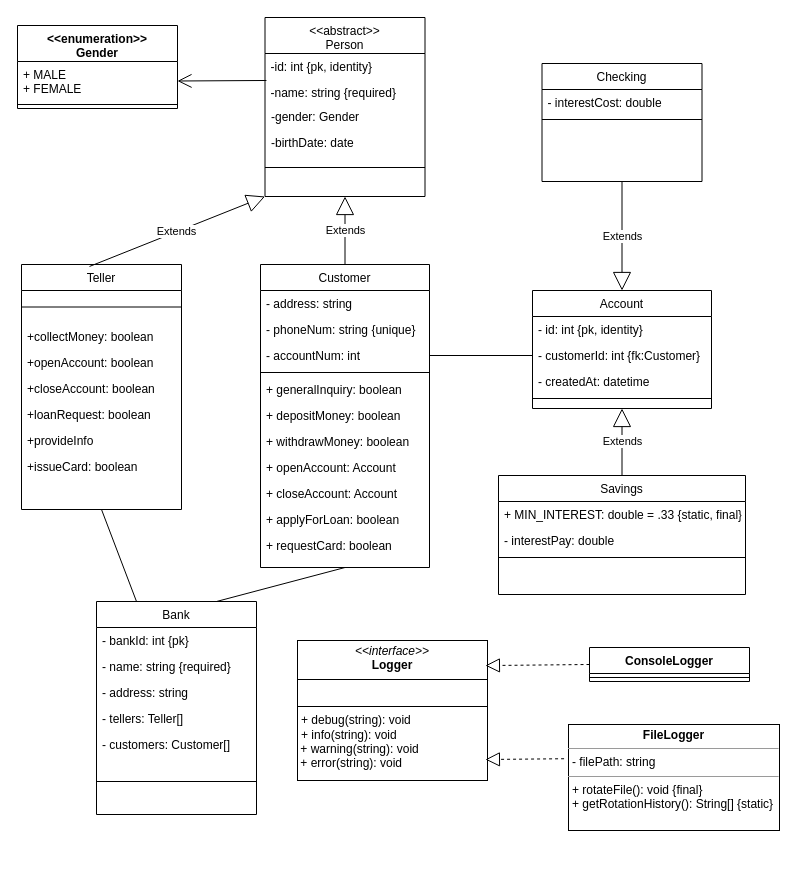
The draw.io diagram examples/simple_class_diagram.drawio in michelmbem/DrawioCodeGenerator, before the edit. Source tidied: cells renumbered, new cells numbered last; positions are measured from the earlier drawing's top-left corner, leaving out a move shared by most shapes. Both pictures are drawn from the tidied source at 100%, with x=0, y=0 at pixel (17, 17).
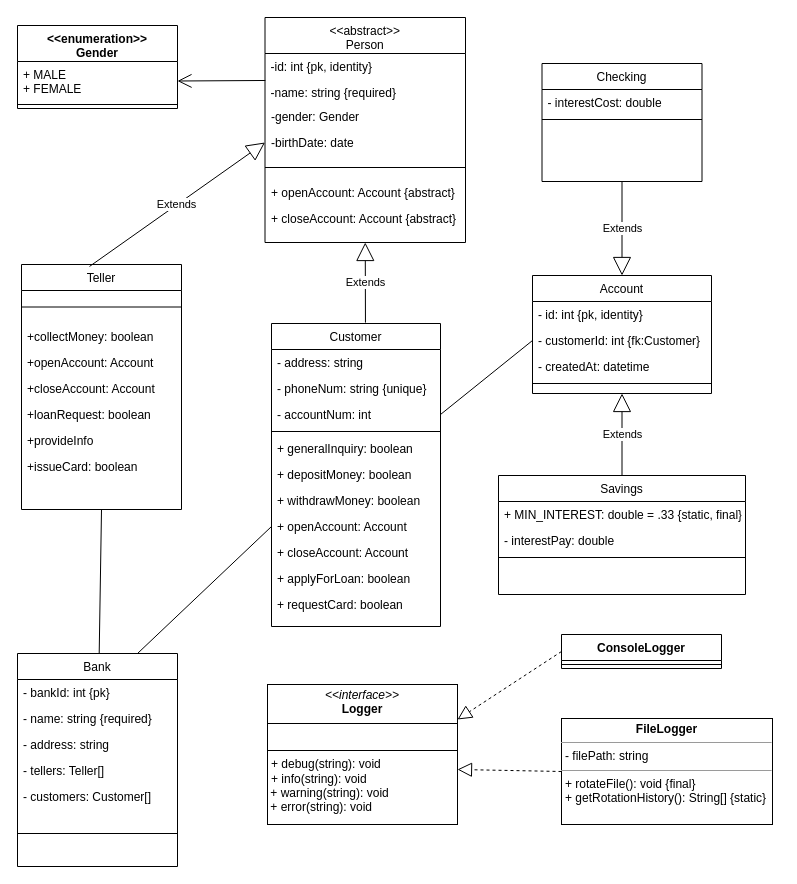
After the change.

Commit message (it also covers changes not shown here):
Started to handle the case of abstract methods

The change refers to these unchanged cells:
```xml
<mxCell id="2" value="Teller" style="swimlane;fontStyle=0;align=center;verticalAlign=top;horizontal=1;startSize=26;rounded=0;shadow=0;strokeWidth=1;" parent="1" vertex="1">
  <mxGeometry x="4" y="247" width="160" height="245" as="geometry" />
</mxCell>
<mxCell id="29" value="+ openAccount: Account" style="text;align=left;verticalAlign=top;spacingLeft=4;spacingRight=4;overflow=hidden;points=[[0,0.5],[1,0.5]];portConstraint=eastwest;" parent="21" vertex="1">
  <mxGeometry y="190" width="169" height="26" as="geometry" />
</mxCell>
<mxCell id="55" value="+ MALE&lt;div&gt;+ FEMALE&lt;/div&gt;" style="text;strokeColor=none;fillColor=none;align=left;verticalAlign=top;spacingLeft=4;spacingRight=4;overflow=hidden;points=[[0,0.5],[1,0.5]];portConstraint=eastwest;whiteSpace=wrap;html=1;" parent="54" vertex="1">
  <mxGeometry y="36" width="160" height="39" as="geometry" />
</mxCell>
```

What changed in the source:
```diff
@@
-    <mxCell id="5" value="+openAccount: boolean" style="text;align=left;verticalAlign=top;spacingLeft=4;spacingRight=4;overflow=hidden;" parent="2" vertex="1">
+    <mxCell id="5" value="+openAccount: Account" style="text;align=left;verticalAlign=top;spacingLeft=4;spacingRight=4;overflow=hidden;" parent="2" vertex="1">
       <mxGeometry y="85" width="160" height="26" as="geometry" />
     </mxCell>
-    <mxCell id="6" value="+closeAccount: boolean" style="text;align=left;verticalAlign=top;spacingLeft=4;spacingRight=4;overflow=hidden;" parent="2" vertex="1">
+    <mxCell id="6" value="+closeAccount: Account" style="text;align=left;verticalAlign=top;spacingLeft=4;spacingRight=4;overflow=hidden;" parent="2" vertex="1">
       <mxGeometry y="111" width="160" height="26" as="geometry" />
     </mxCell>
@@
     <mxCell id="10" value="Account" style="swimlane;fontStyle=0;align=center;verticalAlign=top;horizontal=1;startSize=26;rounded=0;shadow=0;strokeWidth=1;" parent="1" vertex="1">
-      <mxGeometry x="515" y="273" width="179" height="118" as="geometry" />
+      <mxGeometry x="515" y="258" width="179" height="118" as="geometry" />
     </mxCell>
@@
     <mxCell id="15" value="&lt;&lt;abstract&gt;&gt;&#10;Person" style="swimlane;fontStyle=0;align=center;verticalAlign=top;horizontal=1;startSize=36;rounded=0;shadow=0;strokeWidth=1;" parent="1" vertex="1">
-      <mxGeometry x="247.5" width="160" height="179" as="geometry" />
+      <mxGeometry x="247.5" width="200.5" height="225" as="geometry" />
     </mxCell>
     <mxCell id="16" value="-id: int {pk, identity}" style="text;align=left;verticalAlign=top;spacingLeft=4;spacingRight=4;overflow=hidden;points=[[0,0.5],[1,0.5]];portConstraint=eastwest;" parent="15" vertex="1">
-      <mxGeometry y="36" width="160" height="26" as="geometry" />
+      <mxGeometry y="36" width="200.5" height="26" as="geometry" />
     </mxCell>
     <mxCell id="17" value="-name: string {required}" style="text;align=left;verticalAlign=top;spacingLeft=4;spacingRight=4;overflow=hidden;rounded=0;shadow=0;html=0;" parent="15" vertex="1">
-      <mxGeometry y="62" width="160" height="24" as="geometry" />
+      <mxGeometry y="62" width="200.5" height="24" as="geometry" />
     </mxCell>
     <mxCell id="18" value="-gender: Gender" style="text;strokeColor=none;fillColor=none;align=left;verticalAlign=top;spacingLeft=4;spacingRight=4;overflow=hidden;whiteSpace=wrap;html=1;" parent="15" vertex="1">
-      <mxGeometry y="86" width="160" height="26" as="geometry" />
+      <mxGeometry y="86" width="200.5" height="26" as="geometry" />
     </mxCell>
     <mxCell id="19" value="-birthDate: date" style="text;strokeColor=none;fillColor=none;align=left;verticalAlign=top;spacingLeft=4;spacingRight=4;overflow=hidden;points=[[0,0.5],[1,0.5]];portConstraint=eastwest;whiteSpace=wrap;html=1;" parent="15" vertex="1">
-      <mxGeometry y="112" width="160" height="26" as="geometry" />
+      <mxGeometry y="112" width="200.5" height="26" as="geometry" />
     </mxCell>
     <mxCell id="20" style="line;html=1;strokeWidth=1;align=left;verticalAlign=middle;spacingTop=-1;spacingLeft=3;spacingRight=3;labelPosition=right;" parent="15" vertex="1">
-      <mxGeometry y="138" width="160" height="24" as="geometry" />
+      <mxGeometry y="138" width="200.5" height="24" as="geometry" />
     </mxCell>
+    <mxCell id="64" value="+ openAccount: Account {abstract}" style="text;strokeColor=none;fillColor=none;align=left;verticalAlign=top;spacingLeft=4;spacingRight=4;overflow=hidden;whiteSpace=wrap;html=1;" parent="15" vertex="1">
+      <mxGeometry y="162" width="200.5" height="26" as="geometry" />
+    </mxCell>
+    <mxCell id="65" value="+ closeAccount: Account {abstract}" style="text;strokeColor=none;fillColor=none;align=left;verticalAlign=top;spacingLeft=4;spacingRight=4;overflow=hidden;whiteSpace=wrap;html=1;" parent="15" vertex="1">
+      <mxGeometry y="188" width="200.5" height="26" as="geometry" />
+    </mxCell>
     <mxCell id="21" value="Customer" style="swimlane;fontStyle=0;align=center;verticalAlign=top;horizontal=1;startSize=26;rounded=0;shadow=0;strokeWidth=1;" parent="1" vertex="1">
-      <mxGeometry x="243" y="247" width="169" height="303" as="geometry" />
+      <mxGeometry x="254" y="306" width="169" height="303" as="geometry" />
     </mxCell>
@@
-    <mxCell id="33" value="Extends" style="endArrow=block;endSize=16;endFill=0;html=1;exitX=0.425;exitY=0.008;exitDx=0;exitDy=0;exitPerimeter=0;entryX=0;entryY=1;entryDx=0;entryDy=0;" parent="1" edge="1" source="2" target="15">
+    <mxCell id="33" value="Extends" style="endArrow=block;endSize=16;endFill=0;html=1;exitX=0.425;exitY=0.008;exitDx=0;exitDy=0;exitPerimeter=0;entryX=0;entryY=0.5;entryDx=0;entryDy=0;" parent="1" edge="1" source="2" target="19">
       <mxGeometry relative="1" as="geometry" />
     </mxCell>
-    <mxCell id="34" value="Extends" style="endArrow=block;endSize=16;endFill=0;html=1;exitX=0.5;exitY=0;exitDx=0;exitDy=0;entryX=0.5;entryY=1;entryDx=0;entryDy=0;" parent="1" edge="1" source="21" target="15">
-      <mxGeometry relative="1" as="geometry" />
-    </mxCell>
@@
     <mxCell id="45" value="Bank" style="swimlane;fontStyle=0;align=center;verticalAlign=top;horizontal=1;startSize=26;rounded=0;shadow=0;strokeWidth=1;" parent="1" vertex="1">
-      <mxGeometry x="79" y="584" width="160" height="213" as="geometry" />
+      <mxGeometry y="636" width="160" height="213" as="geometry" />
     </mxCell>
@@
-    <mxCell id="52" style="endArrow=none;html=1;entryX=0.25;entryY=0;entryDx=0;entryDy=0;exitX=0.5;exitY=1;exitDx=0;exitDy=0;" parent="1" edge="1" source="2" target="45">
+    <mxCell id="52" style="endArrow=none;html=1;exitX=0.5;exitY=1;exitDx=0;exitDy=0;" parent="1" edge="1" source="2" target="45">
       <mxGeometry relative="1" as="geometry" />
     </mxCell>
-    <mxCell id="53" style="endArrow=none;html=1;entryX=0.75;entryY=0;entryDx=0;entryDy=0;exitX=0.5;exitY=1;exitDx=0;exitDy=0;" parent="1" edge="1" source="21" target="45">
+    <mxCell id="53" style="endArrow=none;html=1;entryX=0.75;entryY=0;entryDx=0;entryDy=0;exitX=0;exitY=0.5;exitDx=0;exitDy=0;" parent="1" edge="1" source="29" target="45">
       <mxGeometry relative="1" as="geometry" />
     </mxCell>
@@
-    <mxCell id="57" style="endArrow=open;endFill=1;endSize=12;html=1;rounded=0;entryX=1;entryY=0.5;entryDx=0;entryDy=0;exitX=0.009;exitY=1.038;exitDx=0;exitDy=0;exitPerimeter=0;" parent="1" edge="1" source="16" target="55">
+    <mxCell id="57" style="endArrow=open;endFill=1;endSize=12;html=1;rounded=0;entryX=1;entryY=0.5;entryDx=0;entryDy=0;exitX=0.002;exitY=1.038;exitDx=0;exitDy=0;exitPerimeter=0;" parent="1" edge="1" source="16" target="55">
       <mxGeometry relative="1" as="geometry" />
     </mxCell>
     <mxCell id="58" value="&lt;p style=&quot;margin:0px;margin-top:4px;text-align:center;&quot;&gt;&lt;i&gt;&amp;lt;&amp;lt;interface&amp;gt;&amp;gt;&lt;/i&gt;&lt;br&gt;&lt;b&gt;Logger&lt;/b&gt;&lt;/p&gt;&lt;hr size=&quot;1&quot; style=&quot;border-style:solid;&quot;&gt;&lt;p style=&quot;margin:0px;margin-left:4px;&quot;&gt;&lt;br&gt;&lt;/p&gt;&lt;hr size=&quot;1&quot; style=&quot;border-style:solid;&quot;&gt;&lt;p style=&quot;margin:0px;margin-left:4px;&quot;&gt;+ debug(string): void&lt;br&gt;+ info(string): void&lt;/p&gt;&amp;nbsp;+ warning(string): void&lt;br&gt;&amp;nbsp;+ error(string): void" style="verticalAlign=top;align=left;overflow=fill;html=1;whiteSpace=wrap;" parent="1" vertex="1">
-      <mxGeometry x="280" y="623" width="190" height="140" as="geometry" />
+      <mxGeometry x="250" y="667" width="190" height="140" as="geometry" />
     </mxCell>
     <mxCell id="59" value="ConsoleLogger" style="swimlane;fontStyle=1;align=center;verticalAlign=top;horizontal=1;startSize=26;whiteSpace=wrap;html=1;" parent="1" vertex="1">
-      <mxGeometry x="572" y="630" width="160" height="34" as="geometry" />
+      <mxGeometry x="544" y="617" width="160" height="34" as="geometry" />
     </mxCell>
@@
-    <mxCell id="61" style="endArrow=block;dashed=1;endFill=0;endSize=12;html=1;rounded=0;exitX=0;exitY=0.5;exitDx=0;exitDy=0;entryX=0.989;entryY=0.179;entryDx=0;entryDy=0;entryPerimeter=0;" parent="1" edge="1" source="59" target="58">
+    <mxCell id="61" style="endArrow=block;dashed=1;endFill=0;endSize=12;html=1;rounded=0;exitX=0;exitY=0.5;exitDx=0;exitDy=0;entryX=1;entryY=0.25;entryDx=0;entryDy=0;" parent="1" edge="1" source="59" target="58">
       <mxGeometry relative="1" as="geometry" />
     </mxCell>
     <mxCell id="62" value="&lt;p style=&quot;margin:0px;margin-top:4px;text-align:center;&quot;&gt;&lt;b&gt;FileLogger&lt;/b&gt;&lt;/p&gt;&lt;hr size=&quot;1&quot;&gt;&lt;p style=&quot;margin:0px;margin-left:4px;&quot;&gt;- filePath: string&lt;/p&gt;&lt;hr size=&quot;1&quot;&gt;&lt;p style=&quot;margin:0px;margin-left:4px;&quot;&gt;+ rotateFile(): void {final}&lt;/p&gt;&lt;p style=&quot;margin:0px;margin-left:4px;&quot;&gt;+ getRotationHistory(): String[] {static}&lt;/p&gt;" style="verticalAlign=top;align=left;overflow=fill;fontSize=12;fontFamily=Helvetica;html=1;" parent="1" vertex="1">
-      <mxGeometry x="551" y="707" width="211" height="106" as="geometry" />
+      <mxGeometry x="544" y="701" width="211" height="106" as="geometry" />
     </mxCell>
-    <mxCell id="63" style="endArrow=block;dashed=1;endFill=0;endSize=12;html=1;entryX=0.989;entryY=0.85;entryDx=0;entryDy=0;exitX=-0.021;exitY=0.323;exitDx=0;exitDy=0;exitPerimeter=0;entryPerimeter=0;" parent="1" edge="1" source="62" target="58">
+    <mxCell id="63" style="endArrow=block;dashed=1;endFill=0;endSize=12;html=1;entryX=1;entryY=0.607;entryDx=0;entryDy=0;entryPerimeter=0;exitX=0;exitY=0.5;exitDx=0;exitDy=0;" parent="1" edge="1" source="62" target="58">
       <mxGeometry relative="1" as="geometry" />
     </mxCell>
+    <mxCell id="34" value="Extends" style="endArrow=block;endSize=16;endFill=0;html=1;exitX=0.556;exitY=-0.003;exitDx=0;exitDy=0;entryX=0.5;entryY=1;entryDx=0;entryDy=0;exitPerimeter=0;" parent="1" edge="1" source="21" target="15">
+      <mxGeometry relative="1" as="geometry" />
+    </mxCell>
```
